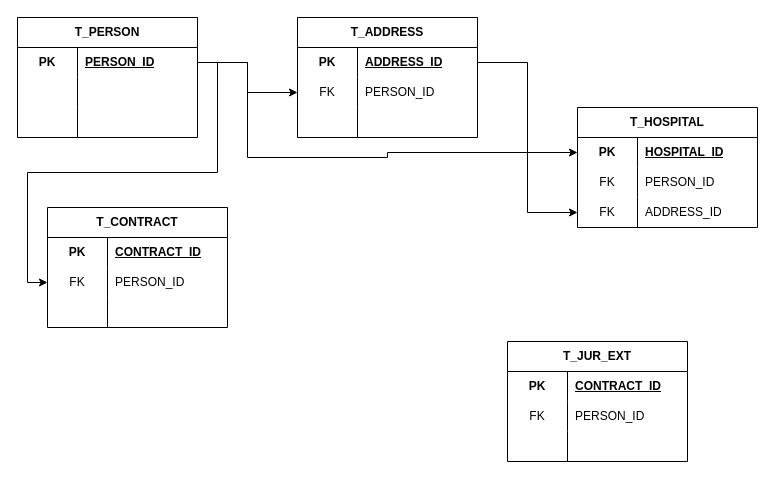
The draw.io diagram Untitled Diagram.drawio in MDS-007-52/Draw_io_diagrams, before the edit. Source tidied: cells renumbered, new cells numbered last; positions are measured from the earlier drawing's top-left corner, leaving out a move shared by most shapes. Both pictures are drawn from the tidied source at 100%, with x=0, y=0 at pixel (17, 17).
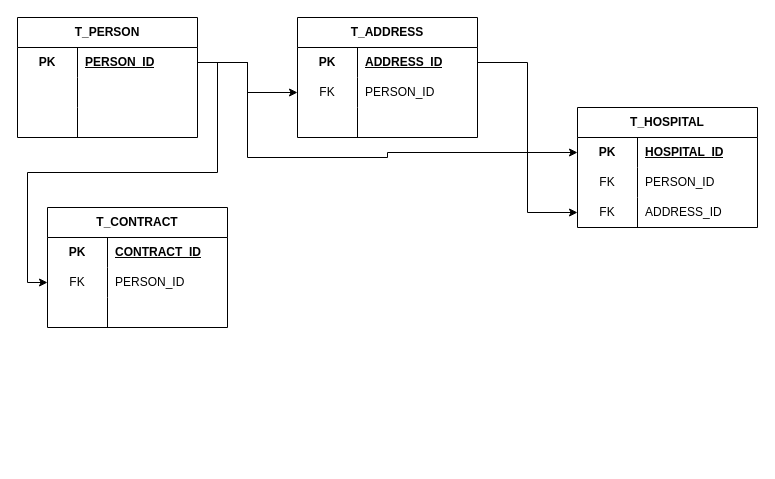
After the change.

Change to the diagram source:
```diff
@@
-    <mxCell id="46" value="&lt;div&gt;T_JUR_EXT&lt;/div&gt;" style="shape=table;startSize=30;childLayout=tableLayout;rowLines=0;fontStyle=1;align=center;html=1;whiteSpace=wrap;" parent="1" vertex="1">
-      <mxGeometry x="490" y="324" width="180" height="120" as="geometry" />
-    </mxCell>
-    <mxCell id="47" style="shape=tableRow;horizontal=0;startSize=0;swimlaneHead=0;swimlaneBody=0;fillColor=none;top=0;left=0;right=0;bottom=0;html=1;" parent="46" vertex="1">
-      <mxGeometry y="30" width="180" height="30" as="geometry" />
-    </mxCell>
-    <mxCell id="48" value="PK" style="shape=partialRectangle;fillColor=none;top=0;left=0;bottom=0;right=0;fontStyle=1;overflow=hidden;html=1;whiteSpace=wrap;" parent="47" vertex="1">
-      <mxGeometry width="60" height="30" as="geometry" />
-    </mxCell>
-    <mxCell id="49" value="CONTRACT_ID" style="shape=partialRectangle;fillColor=none;top=0;left=0;bottom=0;right=0;align=left;spacingLeft=6;fontStyle=5;overflow=hidden;html=1;whiteSpace=wrap;" parent="47" vertex="1">
-      <mxGeometry x="60" width="120" height="30" as="geometry" />
-    </mxCell>
-    <mxCell id="50" style="shape=tableRow;horizontal=0;startSize=0;swimlaneHead=0;swimlaneBody=0;fillColor=none;top=0;left=0;right=0;bottom=0;html=1;" parent="46" vertex="1">
-      <mxGeometry y="60" width="180" height="30" as="geometry" />
-    </mxCell>
-    <mxCell id="51" value="FK" style="shape=partialRectangle;fillColor=none;top=0;left=0;bottom=0;right=0;overflow=hidden;html=1;whiteSpace=wrap;" parent="50" vertex="1">
-      <mxGeometry width="60" height="30" as="geometry" />
-    </mxCell>
-    <mxCell id="52" value="&lt;div&gt;PERSON_ID&lt;/div&gt;" style="shape=partialRectangle;fillColor=none;top=0;left=0;bottom=0;right=0;align=left;spacingLeft=6;overflow=hidden;html=1;whiteSpace=wrap;" parent="50" vertex="1">
-      <mxGeometry x="60" width="120" height="30" as="geometry" />
-    </mxCell>
-    <mxCell id="53" style="shape=tableRow;horizontal=0;startSize=0;swimlaneHead=0;swimlaneBody=0;fillColor=none;top=0;left=0;right=0;bottom=0;html=1;" parent="46" vertex="1">
-      <mxGeometry y="90" width="180" height="30" as="geometry" />
-    </mxCell>
-    <mxCell id="54" style="shape=partialRectangle;fillColor=none;top=0;left=0;bottom=0;right=0;overflow=hidden;html=1;whiteSpace=wrap;" parent="53" vertex="1">
-      <mxGeometry width="60" height="30" as="geometry" />
-    </mxCell>
-    <mxCell id="55" style="shape=partialRectangle;fillColor=none;top=0;left=0;bottom=0;right=0;align=left;spacingLeft=6;overflow=hidden;html=1;whiteSpace=wrap;" parent="53" vertex="1">
-      <mxGeometry x="60" width="120" height="30" as="geometry" />
-    </mxCell>
```
